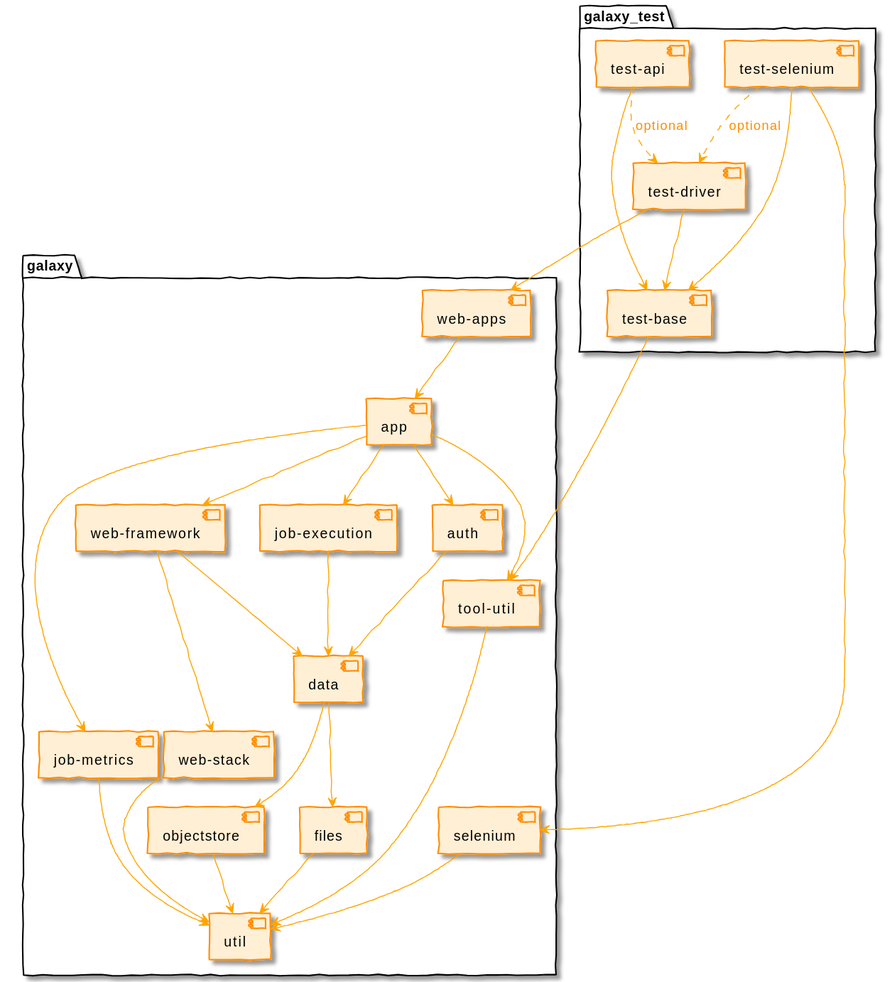
Earlier version of the PlantUML export topics/dev/images/core_packages.plantuml.svg (galaxyproject/training-material).
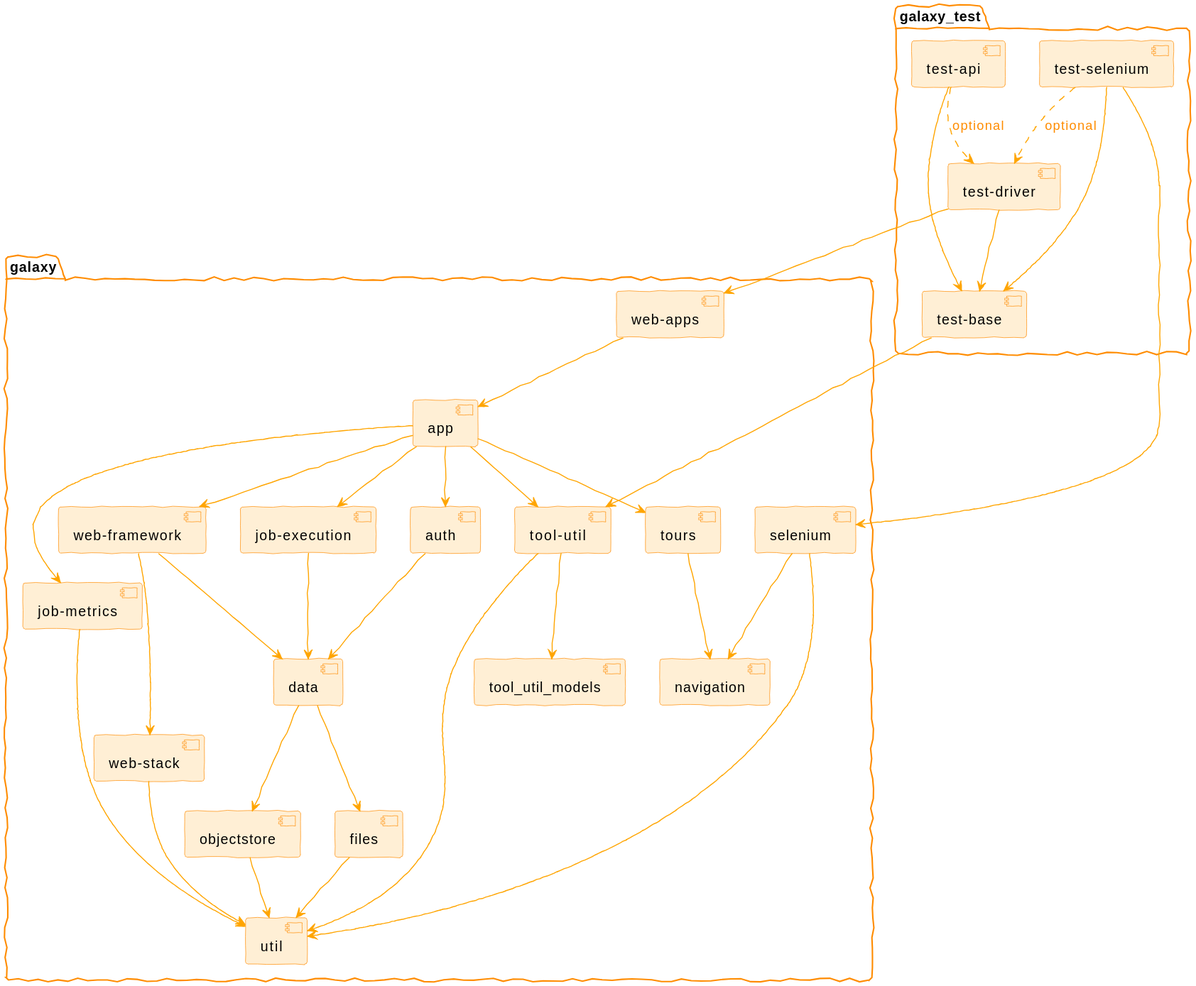
Later version of the same file.

What changed in the source:
```diff
@@ -1,17 +1,19 @@
 @startuml
-
 !include plantuml_options.txt
 
 package galaxy {
+component tool_util_models
 component util
 component auth
 component files
 component data
+component navigation
 component [job-execution] as job_execution
 component [job-metrics] as job_metrics
 component objectstore
 component selenium
 component [tool-util] as tool_util
+component tours
 
 component app
 component [web-apps] as web_apps
@@ -28,17 +30,21 @@
 
 
 [tool_util] --> [util]
+[tool_util] --> [tool_util_models]
 [files] --> [util]
 [objectstore] --> [util]
 [data] --> [objectstore]
 [data] --> [files]
 [selenium] --> [util]
+[selenium] --> [navigation]
+[tours] --> [navigation]
 [web_stack] --> [util]
 [job_metrics] --> [util]
 [job_execution] --> [data]
 [app] --> [auth]
 [app] --> [job_execution]
 [app] --> [web_framework]
+[app] --> [tours]
 [web_framework] --> [data]
 [web_framework] --> [web_stack]
 [web_apps] --> [app]
```
